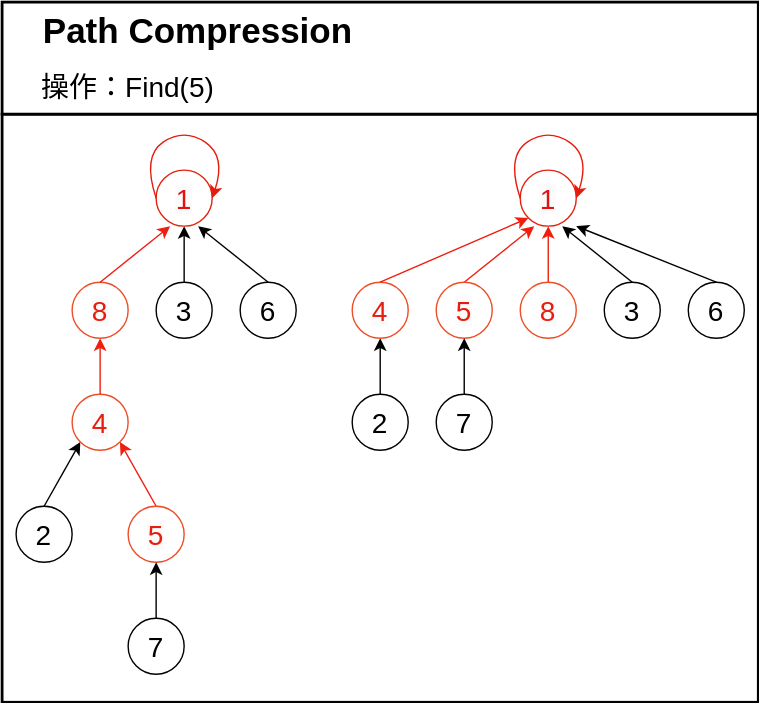
TBD2021/Salt-and-Computer-Science keeps this draw.io diagram as Algorithms/img/DisjointSet4.svg. Above is the earlier version. Source tidied: cells renumbered, new cells last; positions are measured from the earlier drawing's top-left corner, leaving out a move shared by most shapes.
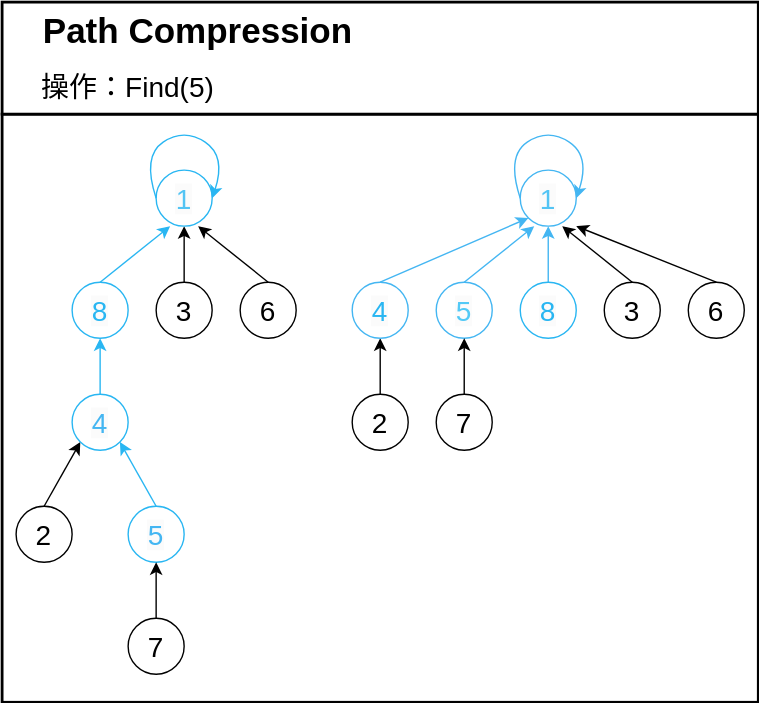
The same diagram one commit later.

The edit, as a diff of the source:
```diff
@@ -21,15 +21,10 @@
         <mxGeometry x="10" y="360" width="40" height="40" as="geometry" />
       </mxCell>
     </object>
-    <mxCell id="7" style="ellipse;whiteSpace=wrap;html=1;" parent="1" vertex="1">
+    <mxCell id="7" style="ellipse;whiteSpace=wrap;html=1;strokeColor=#000000;" parent="1" vertex="1">
       <mxGeometry x="110" y="200" width="40" height="40" as="geometry" />
     </mxCell>
-    <object id="8" label="&lt;font style=&quot;font-size: 20px;&quot;&gt;3&lt;/font&gt;" name="Variable" placeholders="1">
-      <mxCell style="text;html=1;strokeColor=none;fillColor=none;align=center;verticalAlign=middle;whiteSpace=wrap;overflow=hidden;" parent="1" vertex="1">
-        <mxGeometry x="110" y="200" width="40" height="40" as="geometry" />
-      </mxCell>
-    </object>
-    <mxCell id="9" style="endArrow=classic;html=1;rounded=0;exitX=0.5;exitY=0;exitDx=0;exitDy=0;entryX=1;entryY=1;entryDx=0;entryDy=0;strokeColor=#f01e0f;" parent="1" edge="1" source="24" target="28">
+    <mxCell id="9" style="endArrow=classic;html=1;rounded=0;exitX=0.5;exitY=0;exitDx=0;exitDy=0;entryX=1;entryY=1;entryDx=0;entryDy=0;strokeColor=#29b6f2;" parent="1" edge="1" source="24" target="28">
       <mxGeometry relative="1" as="geometry" />
     </mxCell>
     <mxCell id="10" style="ellipse;whiteSpace=wrap;html=1;" parent="1" vertex="1">
@@ -45,8 +40,9 @@
         <mxPoint x="140" y="160" as="targetPoint" />
       </mxGeometry>
     </mxCell>
-    <mxCell id="13" style="endArrow=classic;html=1;rounded=0;entryX=0.5;entryY=1;entryDx=0;entryDy=0;exitX=0.5;exitY=0;exitDx=0;exitDy=0;" parent="1" edge="1" source="8">
+    <mxCell id="13" style="endArrow=classic;html=1;rounded=0;entryX=0.5;entryY=1;entryDx=0;entryDy=0;exitX=0.5;exitY=0;exitDx=0;exitDy=0;strokeColor=#000000;" parent="1" edge="1">
       <mxGeometry relative="1" as="geometry">
+        <mxPoint x="130" y="200" as="sourcePoint" />
         <mxPoint x="130" y="160" as="targetPoint" />
       </mxGeometry>
     </mxCell>
@@ -92,13 +88,13 @@
         <mxGeometry x="10" y="40" width="160" height="40" as="geometry" />
       </mxCell>
     </object>
-    <mxCell id="24" value="&lt;span style=&quot;font-family: Helvetica; font-size: 20px; font-style: normal; font-variant-ligatures: normal; font-variant-caps: normal; font-weight: 400; letter-spacing: normal; orphans: 2; text-align: center; text-indent: 0px; text-transform: none; widows: 2; word-spacing: 0px; -webkit-text-stroke-width: 0px; background-color: rgb(251, 251, 251); text-decoration-thickness: initial; text-decoration-style: initial; text-decoration-color: initial; float: none; display: inline !important;&quot;&gt;&lt;font color=&quot;#e51e10&quot;&gt;5&lt;/font&gt;&lt;/span&gt;" style="ellipse;whiteSpace=wrap;html=1;strokeColor=#ed4e26;verticalAlign=middle;fontColor=#b0e3e6;" parent="1" vertex="1">
+    <mxCell id="24" value="&lt;span style=&quot;font-family: Helvetica; font-size: 20px; font-style: normal; font-variant-ligatures: normal; font-variant-caps: normal; font-weight: 400; letter-spacing: normal; orphans: 2; text-align: center; text-indent: 0px; text-transform: none; widows: 2; word-spacing: 0px; -webkit-text-stroke-width: 0px; background-color: rgb(251, 251, 251); text-decoration-thickness: initial; text-decoration-style: initial; text-decoration-color: initial; float: none; display: inline !important;&quot;&gt;&lt;font color=&quot;#44b6f2&quot;&gt;5&lt;/font&gt;&lt;/span&gt;" style="ellipse;whiteSpace=wrap;html=1;strokeColor=#29b6f2;verticalAlign=middle;fontColor=#b0e3e6;" parent="1" vertex="1">
       <mxGeometry x="90" y="360" width="40" height="40" as="geometry" />
     </mxCell>
-    <mxCell id="25" value="&lt;span style=&quot;font-family: Helvetica; font-size: 20px; font-style: normal; font-variant-ligatures: normal; font-variant-caps: normal; font-weight: 400; letter-spacing: normal; orphans: 2; text-align: center; text-indent: 0px; text-transform: none; widows: 2; word-spacing: 0px; -webkit-text-stroke-width: 0px; background-color: rgb(251, 251, 251); text-decoration-thickness: initial; text-decoration-style: initial; text-decoration-color: initial; float: none; display: inline !important;&quot;&gt;&lt;font color=&quot;#e21212&quot;&gt;1&lt;/font&gt;&lt;/span&gt;" style="ellipse;whiteSpace=wrap;html=1;strokeColor=#e3230d;verticalAlign=middle;fontColor=#b0e3e6;" parent="1" vertex="1">
+    <mxCell id="25" value="&lt;span style=&quot;font-family: Helvetica; font-size: 20px; font-style: normal; font-variant-ligatures: normal; font-variant-caps: normal; font-weight: 400; letter-spacing: normal; orphans: 2; text-align: center; text-indent: 0px; text-transform: none; widows: 2; word-spacing: 0px; -webkit-text-stroke-width: 0px; background-color: rgb(251, 251, 251); text-decoration-thickness: initial; text-decoration-style: initial; text-decoration-color: initial; float: none; display: inline !important;&quot;&gt;&lt;font color=&quot;#53c4f4&quot;&gt;1&lt;/font&gt;&lt;/span&gt;" style="ellipse;whiteSpace=wrap;html=1;strokeColor=#29b6f2;verticalAlign=middle;fontColor=#b0e3e6;" parent="1" vertex="1">
       <mxGeometry x="110" y="120" width="40" height="40" as="geometry" />
     </mxCell>
-    <mxCell id="26" style="curved=1;endArrow=classic;html=1;rounded=0;exitX=0;exitY=0.5;exitDx=0;exitDy=0;entryX=1;entryY=0.5;entryDx=0;entryDy=0;strokeColor=#e71c0d;" parent="1" edge="1" source="25" target="25">
+    <mxCell id="26" style="curved=1;endArrow=classic;html=1;rounded=0;exitX=0;exitY=0.5;exitDx=0;exitDy=0;entryX=1;entryY=0.5;entryDx=0;entryDy=0;strokeColor=#29b6f2;" parent="1" edge="1" source="25" target="25">
       <mxGeometry relative="1" as="geometry">
         <Array as="points">
           <mxPoint x="100" y="110" />
@@ -110,16 +106,16 @@
     <mxCell id="27" style="endArrow=classic;html=1;rounded=0;entryX=0;entryY=1;entryDx=0;entryDy=0;exitX=0.5;exitY=0;exitDx=0;exitDy=0;" parent="1" edge="1" source="6" target="28">
       <mxGeometry relative="1" as="geometry" />
     </mxCell>
-    <mxCell id="28" value="&lt;span style=&quot;font-family: Helvetica; font-size: 20px; font-style: normal; font-variant-ligatures: normal; font-variant-caps: normal; font-weight: 400; letter-spacing: normal; orphans: 2; text-align: center; text-indent: 0px; text-transform: none; widows: 2; word-spacing: 0px; -webkit-text-stroke-width: 0px; background-color: rgb(251, 251, 251); text-decoration-thickness: initial; text-decoration-style: initial; text-decoration-color: initial; float: none; display: inline !important;&quot;&gt;&lt;font color=&quot;#e51e10&quot;&gt;4&lt;/font&gt;&lt;/span&gt;" style="ellipse;whiteSpace=wrap;html=1;strokeColor=#ed4e26;verticalAlign=middle;fontColor=#b0e3e6;" parent="1" vertex="1">
+    <mxCell id="28" value="&lt;span style=&quot;font-family: Helvetica; font-size: 20px; font-style: normal; font-variant-ligatures: normal; font-variant-caps: normal; font-weight: 400; letter-spacing: normal; orphans: 2; text-align: center; text-indent: 0px; text-transform: none; widows: 2; word-spacing: 0px; -webkit-text-stroke-width: 0px; background-color: rgb(251, 251, 251); text-decoration-thickness: initial; text-decoration-style: initial; text-decoration-color: initial; float: none; display: inline !important;&quot;&gt;&lt;font color=&quot;#44b6f2&quot;&gt;4&lt;/font&gt;&lt;/span&gt;" style="ellipse;whiteSpace=wrap;html=1;strokeColor=#29b6f2;verticalAlign=middle;fontColor=#b0e3e6;" parent="1" vertex="1">
       <mxGeometry x="50" y="280" width="40" height="40" as="geometry" />
     </mxCell>
-    <mxCell id="29" style="endArrow=classic;html=1;rounded=0;exitX=0.5;exitY=0;exitDx=0;exitDy=0;strokeColor=#f01e0f;entryX=0.5;entryY=1;entryDx=0;entryDy=0;" parent="1" edge="1" source="28" target="39">
+    <mxCell id="29" style="endArrow=classic;html=1;rounded=0;exitX=0.5;exitY=0;exitDx=0;exitDy=0;strokeColor=#29b6f2;entryX=0.5;entryY=1;entryDx=0;entryDy=0;" parent="1" edge="1" source="28" target="39">
       <mxGeometry relative="1" as="geometry" />
     </mxCell>
-    <mxCell id="30" value="&lt;span style=&quot;font-family: Helvetica; font-size: 20px; font-style: normal; font-variant-ligatures: normal; font-variant-caps: normal; font-weight: 400; letter-spacing: normal; orphans: 2; text-align: center; text-indent: 0px; text-transform: none; widows: 2; word-spacing: 0px; -webkit-text-stroke-width: 0px; background-color: rgb(251, 251, 251); text-decoration-thickness: initial; text-decoration-style: initial; text-decoration-color: initial; float: none; display: inline !important;&quot;&gt;&lt;font color=&quot;#e21212&quot;&gt;1&lt;/font&gt;&lt;/span&gt;" style="ellipse;whiteSpace=wrap;html=1;strokeColor=#e3230d;verticalAlign=middle;fontColor=#b0e3e6;" parent="1" vertex="1">
+    <mxCell id="30" value="&lt;span style=&quot;font-family: Helvetica; font-size: 20px; font-style: normal; font-variant-ligatures: normal; font-variant-caps: normal; font-weight: 400; letter-spacing: normal; orphans: 2; text-align: center; text-indent: 0px; text-transform: none; widows: 2; word-spacing: 0px; -webkit-text-stroke-width: 0px; background-color: rgb(251, 251, 251); text-decoration-thickness: initial; text-decoration-style: initial; text-decoration-color: initial; float: none; display: inline !important;&quot;&gt;&lt;font color=&quot;#53c4f4&quot;&gt;1&lt;/font&gt;&lt;/span&gt;" style="ellipse;whiteSpace=wrap;html=1;strokeColor=#44b6f2;verticalAlign=middle;fontColor=#b0e3e6;" parent="1" vertex="1">
       <mxGeometry x="370" y="120" width="40" height="40" as="geometry" />
     </mxCell>
-    <mxCell id="31" style="curved=1;endArrow=classic;html=1;rounded=0;exitX=0;exitY=0.5;exitDx=0;exitDy=0;entryX=1;entryY=0.5;entryDx=0;entryDy=0;strokeColor=#e71c0d;" parent="1" edge="1" source="30" target="30">
+    <mxCell id="31" style="curved=1;endArrow=classic;html=1;rounded=0;exitX=0;exitY=0.5;exitDx=0;exitDy=0;entryX=1;entryY=0.5;entryDx=0;entryDy=0;strokeColor=#44b6f2;" parent="1" edge="1" source="30" target="30">
       <mxGeometry relative="1" as="geometry">
         <Array as="points">
           <mxPoint x="360" y="110" />
@@ -128,20 +124,17 @@
         </Array>
       </mxGeometry>
     </mxCell>
-    <mxCell id="32" value="&lt;span style=&quot;font-family: Helvetica; font-size: 20px; font-style: normal; font-variant-ligatures: normal; font-variant-caps: normal; font-weight: 400; letter-spacing: normal; orphans: 2; text-align: center; text-indent: 0px; text-transform: none; widows: 2; word-spacing: 0px; -webkit-text-stroke-width: 0px; background-color: rgb(251, 251, 251); text-decoration-thickness: initial; text-decoration-style: initial; text-decoration-color: initial; float: none; display: inline !important;&quot;&gt;&lt;font color=&quot;#e51e10&quot;&gt;4&lt;/font&gt;&lt;/span&gt;" style="ellipse;whiteSpace=wrap;html=1;strokeColor=#ed4e26;verticalAlign=middle;fontColor=#b0e3e6;" parent="1" vertex="1">
+    <mxCell id="32" value="&lt;span style=&quot;font-family: Helvetica; font-size: 20px; font-style: normal; font-variant-ligatures: normal; font-variant-caps: normal; font-weight: 400; letter-spacing: normal; orphans: 2; text-align: center; text-indent: 0px; text-transform: none; widows: 2; word-spacing: 0px; -webkit-text-stroke-width: 0px; background-color: rgb(251, 251, 251); text-decoration-thickness: initial; text-decoration-style: initial; text-decoration-color: initial; float: none; display: inline !important;&quot;&gt;&lt;font color=&quot;#29b6f2&quot;&gt;4&lt;/font&gt;&lt;/span&gt;" style="ellipse;whiteSpace=wrap;html=1;strokeColor=#44b6f2;verticalAlign=middle;fontColor=#b0e3e6;" parent="1" vertex="1">
       <mxGeometry x="250" y="200" width="40" height="40" as="geometry" />
     </mxCell>
-    <mxCell id="33" style="endArrow=classic;html=1;rounded=0;exitX=0.5;exitY=0;exitDx=0;exitDy=0;strokeColor=#f01e0f;entryX=0;entryY=1;entryDx=0;entryDy=0;" parent="1" edge="1" source="32" target="30">
+    <mxCell id="33" style="endArrow=classic;html=1;rounded=0;exitX=0.5;exitY=0;exitDx=0;exitDy=0;strokeColor=#44b6f2;entryX=0;entryY=1;entryDx=0;entryDy=0;" parent="1" edge="1" source="32" target="30">
       <mxGeometry relative="1" as="geometry" />
     </mxCell>
-    <mxCell id="34" style="endArrow=classic;html=1;rounded=0;exitX=0.5;exitY=0;exitDx=0;exitDy=0;entryX=0.5;entryY=1;entryDx=0;entryDy=0;strokeColor=#f01e0f;" parent="1" edge="1" target="30">
+    <mxCell id="34" style="endArrow=classic;html=1;rounded=0;exitX=0.5;exitY=0;exitDx=0;exitDy=0;entryX=0.5;entryY=1;entryDx=0;entryDy=0;strokeColor=#44b6f2;" parent="1" edge="1" target="30">
       <mxGeometry relative="1" as="geometry">
         <mxPoint x="390" y="200" as="sourcePoint" />
       </mxGeometry>
     </mxCell>
-    <mxCell id="35" value="&lt;span style=&quot;font-family: Helvetica; font-size: 20px; font-style: normal; font-variant-ligatures: normal; font-variant-caps: normal; font-weight: 400; letter-spacing: normal; orphans: 2; text-align: center; text-indent: 0px; text-transform: none; widows: 2; word-spacing: 0px; -webkit-text-stroke-width: 0px; background-color: rgb(251, 251, 251); text-decoration-thickness: initial; text-decoration-style: initial; text-decoration-color: initial; float: none; display: inline !important;&quot;&gt;&lt;font color=&quot;#e51e10&quot;&gt;8&lt;/font&gt;&lt;/span&gt;" style="ellipse;whiteSpace=wrap;html=1;strokeColor=#ed4e26;verticalAlign=middle;fontColor=#b0e3e6;" parent="1" vertex="1">
-      <mxGeometry x="370" y="200" width="40" height="40" as="geometry" />
-    </mxCell>
     <mxCell id="36" style="ellipse;whiteSpace=wrap;html=1;" parent="1" vertex="1">
       <mxGeometry x="90" y="440" width="40" height="40" as="geometry" />
     </mxCell>
@@ -153,20 +146,20 @@
     <mxCell id="38" style="endArrow=classic;html=1;rounded=0;entryX=0.5;entryY=1;entryDx=0;entryDy=0;exitX=0.5;exitY=0;exitDx=0;exitDy=0;" parent="1" edge="1" source="37" target="24">
       <mxGeometry relative="1" as="geometry" />
     </mxCell>
-    <mxCell id="39" value="&lt;span style=&quot;font-family: Helvetica; font-size: 20px; font-style: normal; font-variant-ligatures: normal; font-variant-caps: normal; font-weight: 400; letter-spacing: normal; orphans: 2; text-align: center; text-indent: 0px; text-transform: none; widows: 2; word-spacing: 0px; -webkit-text-stroke-width: 0px; background-color: rgb(251, 251, 251); text-decoration-thickness: initial; text-decoration-style: initial; text-decoration-color: initial; float: none; display: inline !important;&quot;&gt;&lt;font color=&quot;#e51e10&quot;&gt;8&lt;/font&gt;&lt;/span&gt;" style="ellipse;whiteSpace=wrap;html=1;strokeColor=#ed4e26;verticalAlign=middle;fontColor=#b0e3e6;" parent="1" vertex="1">
+    <mxCell id="39" value="&lt;span style=&quot;font-family: Helvetica; font-size: 20px; font-style: normal; font-variant-ligatures: normal; font-variant-caps: normal; font-weight: 400; letter-spacing: normal; orphans: 2; text-align: center; text-indent: 0px; text-transform: none; widows: 2; word-spacing: 0px; -webkit-text-stroke-width: 0px; background-color: rgb(251, 251, 251); text-decoration-thickness: initial; text-decoration-style: initial; text-decoration-color: initial; float: none; display: inline !important;&quot;&gt;&lt;font color=&quot;#29b6f2&quot;&gt;8&lt;/font&gt;&lt;/span&gt;" style="ellipse;whiteSpace=wrap;html=1;strokeColor=#29b6f2;verticalAlign=middle;fontColor=#b0e3e6;" parent="1" vertex="1">
       <mxGeometry x="50" y="200" width="40" height="40" as="geometry" />
     </mxCell>
-    <mxCell id="40" style="endArrow=classic;html=1;rounded=0;exitX=0.5;exitY=0;exitDx=0;exitDy=0;strokeColor=#f01e0f;" parent="1" edge="1" source="39">
+    <mxCell id="40" style="endArrow=classic;html=1;rounded=0;exitX=0.5;exitY=0;exitDx=0;exitDy=0;strokeColor=#29b6f2;" parent="1" edge="1" source="39">
       <mxGeometry relative="1" as="geometry">
         <mxPoint x="120" y="160" as="targetPoint" />
       </mxGeometry>
     </mxCell>
-    <mxCell id="41" style="endArrow=classic;html=1;rounded=0;exitX=0.5;exitY=0;exitDx=0;exitDy=0;strokeColor=#f01e0f;" parent="1" edge="1" source="42">
+    <mxCell id="41" style="endArrow=classic;html=1;rounded=0;exitX=0.5;exitY=0;exitDx=0;exitDy=0;strokeColor=#44b6f2;" parent="1" edge="1" source="42">
       <mxGeometry relative="1" as="geometry">
         <mxPoint x="380" y="160" as="targetPoint" />
       </mxGeometry>
     </mxCell>
-    <mxCell id="42" value="&lt;span style=&quot;font-family: Helvetica; font-size: 20px; font-style: normal; font-variant-ligatures: normal; font-variant-caps: normal; font-weight: 400; letter-spacing: normal; orphans: 2; text-align: center; text-indent: 0px; text-transform: none; widows: 2; word-spacing: 0px; -webkit-text-stroke-width: 0px; background-color: rgb(251, 251, 251); text-decoration-thickness: initial; text-decoration-style: initial; text-decoration-color: initial; float: none; display: inline !important;&quot;&gt;&lt;font color=&quot;#e51e10&quot;&gt;5&lt;/font&gt;&lt;/span&gt;" style="ellipse;whiteSpace=wrap;html=1;strokeColor=#ed4e26;verticalAlign=middle;fontColor=#b0e3e6;" parent="1" vertex="1">
+    <mxCell id="42" value="&lt;span style=&quot;font-family: Helvetica; font-size: 20px; font-style: normal; font-variant-ligatures: normal; font-variant-caps: normal; font-weight: 400; letter-spacing: normal; orphans: 2; text-align: center; text-indent: 0px; text-transform: none; widows: 2; word-spacing: 0px; -webkit-text-stroke-width: 0px; background-color: rgb(251, 251, 251); text-decoration-thickness: initial; text-decoration-style: initial; text-decoration-color: initial; float: none; display: inline !important;&quot;&gt;&lt;font color=&quot;#53c9f6&quot;&gt;5&lt;/font&gt;&lt;/span&gt;" style="ellipse;whiteSpace=wrap;html=1;strokeColor=#44b6f2;verticalAlign=middle;fontColor=#b0e3e6;" parent="1" vertex="1">
       <mxGeometry x="310" y="200" width="40" height="40" as="geometry" />
     </mxCell>
     <mxCell id="43" style="ellipse;whiteSpace=wrap;html=1;" parent="1" vertex="1">
@@ -180,5 +173,13 @@
     <mxCell id="45" style="endArrow=classic;html=1;rounded=0;entryX=0.5;entryY=1;entryDx=0;entryDy=0;exitX=0.5;exitY=0;exitDx=0;exitDy=0;" parent="1" edge="1" source="44" target="42">
       <mxGeometry relative="1" as="geometry" />
     </mxCell>
+    <object id="8" label="&lt;font style=&quot;font-size: 20px;&quot;&gt;3&lt;/font&gt;" name="Variable" placeholders="1">
+      <mxCell style="text;html=1;strokeColor=none;fillColor=none;align=center;verticalAlign=middle;whiteSpace=wrap;overflow=hidden;" parent="1" vertex="1">
+        <mxGeometry x="110" y="200" width="40" height="40" as="geometry" />
+      </mxCell>
+    </object>
+    <mxCell id="35" value="&lt;span style=&quot;font-family: Helvetica; font-size: 20px; font-style: normal; font-variant-ligatures: normal; font-variant-caps: normal; font-weight: 400; letter-spacing: normal; orphans: 2; text-align: center; text-indent: 0px; text-transform: none; widows: 2; word-spacing: 0px; -webkit-text-stroke-width: 0px; background-color: rgb(251, 251, 251); text-decoration-thickness: initial; text-decoration-style: initial; text-decoration-color: initial; float: none; display: inline !important;&quot;&gt;&lt;font color=&quot;#29b6f2&quot;&gt;8&lt;/font&gt;&lt;/span&gt;" style="ellipse;whiteSpace=wrap;html=1;strokeColor=#29b6f2;verticalAlign=middle;fontColor=#b0e3e6;" parent="1" vertex="1">
+      <mxGeometry x="370" y="200" width="40" height="40" as="geometry" />
+    </mxCell>
   </root>
 </mxGraphModel>
```
